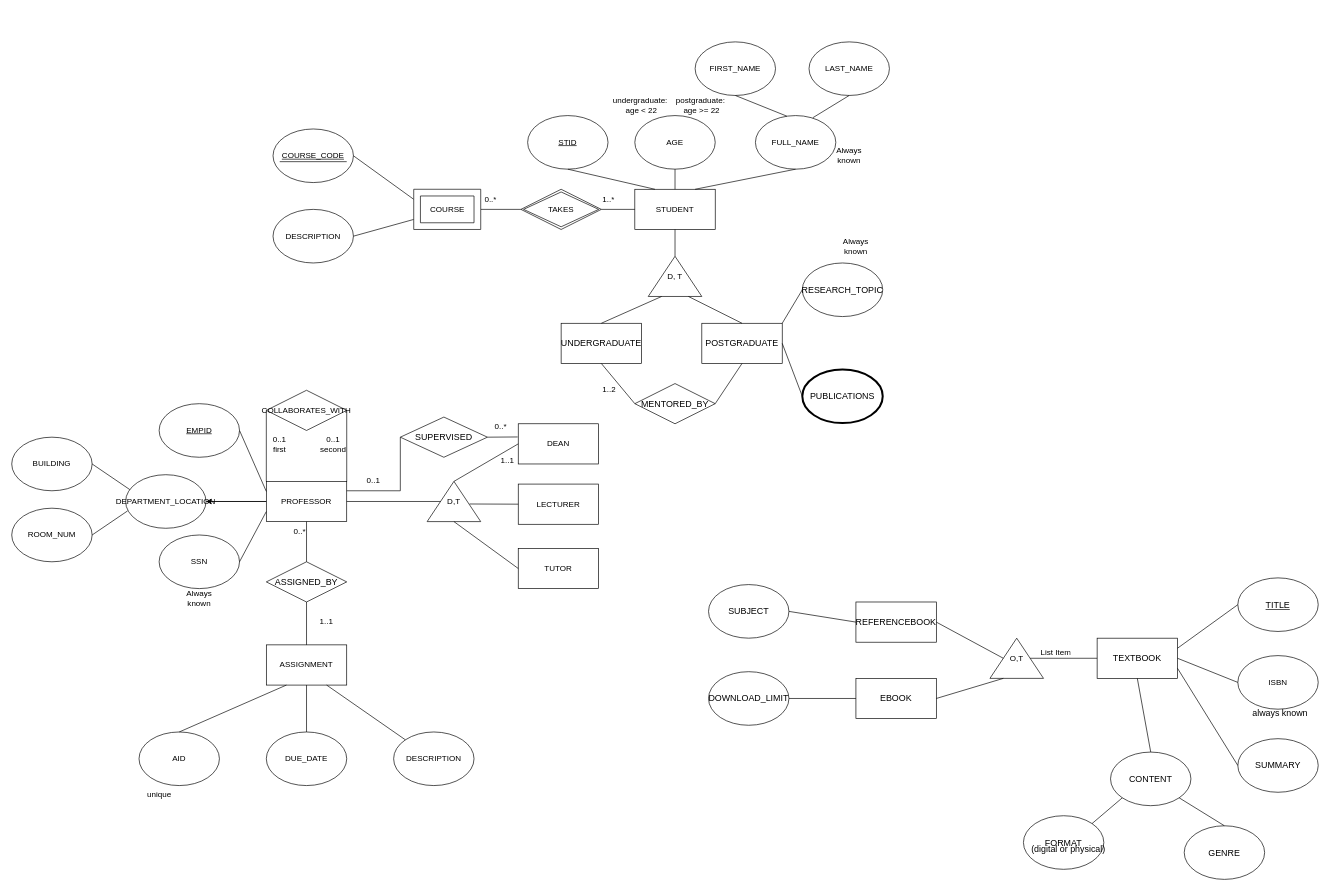
This is DM-HW1_Janis & Cuihuan.drawio from us-ja/Data_Management, a draw.io file, before an edit. Source tidied: cells renumbered, new cells numbered last; positions are measured from the earlier drawing's top-left corner, leaving out a move shared by most shapes. Both pictures are drawn from the tidied source at 67%, with x=0, y=0 at pixel (11, 42).
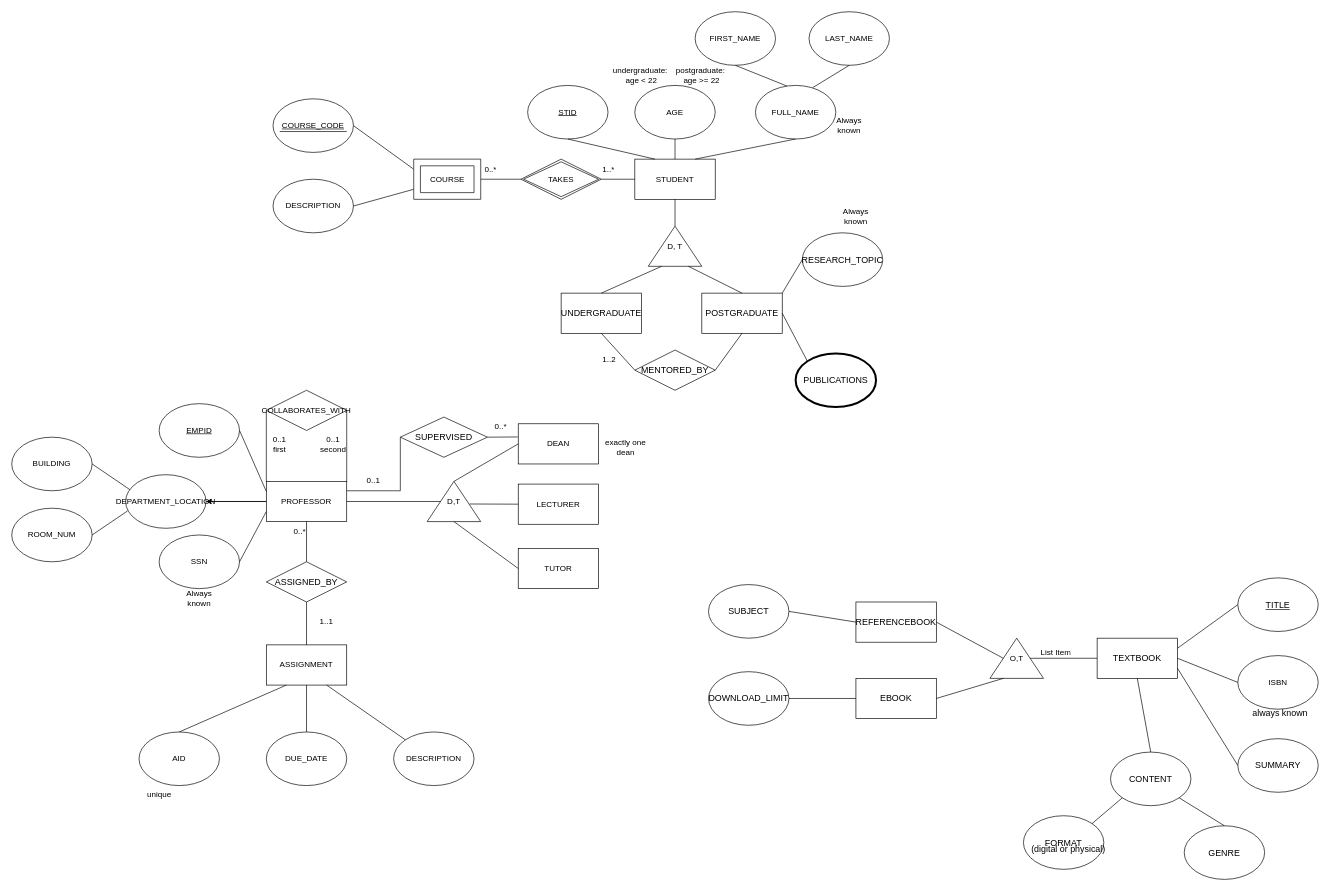
The same diagram, later.

Commit message:
shift in layout

Change to the diagram source:
```diff
@@
     <mxCell id="2" value="STUDENT" style="rounded=0;whiteSpace=wrap;html=1;" parent="1" vertex="1">
-      <mxGeometry x="930" y="220" width="120" height="60" as="geometry" />
+      <mxGeometry x="930" y="175" width="120" height="60" as="geometry" />
     </mxCell>
     <mxCell id="3" value="STID" style="ellipse;whiteSpace=wrap;html=1;fontStyle=4;" parent="1" vertex="1">
-      <mxGeometry x="770" y="110" width="120" height="80" as="geometry" />
+      <mxGeometry x="770" y="65" width="120" height="80" as="geometry" />
     </mxCell>
     <mxCell id="4" value="FULL_NAME" style="ellipse;whiteSpace=wrap;html=1;" parent="1" vertex="1">
-      <mxGeometry x="1110" y="110" width="120" height="80" as="geometry" />
+      <mxGeometry x="1110" y="65" width="120" height="80" as="geometry" />
     </mxCell>
     <mxCell id="5" value="AGE" style="ellipse;whiteSpace=wrap;html=1;labelBorderColor=none;" parent="1" vertex="1">
-      <mxGeometry x="930" y="110" width="120" height="80" as="geometry" />
+      <mxGeometry x="930" y="65" width="120" height="80" as="geometry" />
     </mxCell>
     <mxCell id="6" value="FIRST_NAME" style="ellipse;whiteSpace=wrap;html=1;" parent="1" vertex="1">
-      <mxGeometry x="1020" width="120" height="80" as="geometry" />
+      <mxGeometry x="1020" y="-45" width="120" height="80" as="geometry" />
     </mxCell>
     <mxCell id="7" value="LAST_NAME" style="ellipse;whiteSpace=wrap;html=1;" parent="1" vertex="1">
-      <mxGeometry x="1190" width="120" height="80" as="geometry" />
+      <mxGeometry x="1190" y="-45" width="120" height="80" as="geometry" />
     </mxCell>
@@
     <mxCell id="14" value="D, T" style="triangle;whiteSpace=wrap;html=1;direction=north;" parent="1" vertex="1">
-      <mxGeometry x="950" y="320" width="80" height="60" as="geometry" />
+      <mxGeometry x="950" y="275" width="80" height="60" as="geometry" />
     </mxCell>
     <mxCell id="15" value="&lt;div style=&quot;caret-color: rgb(0, 0, 0); color: rgb(0, 0, 0); font-style: normal; font-variant-caps: normal; font-weight: 400; letter-spacing: normal; orphans: auto; text-align: start; text-indent: 0px; text-transform: none; white-space: normal; widows: auto; word-spacing: 0px; -webkit-text-stroke-width: 0px; text-decoration: none;&quot;&gt;&lt;span style=&quot;font-size: 9.96264pt; font-family: LMRoman10-Regular; color: rgb(0, 0, 0);&quot;&gt;UNDERGRADUATE&lt;/span&gt;&lt;/div&gt;" style="rounded=0;whiteSpace=wrap;html=1;" parent="1" vertex="1">
-      <mxGeometry x="820" y="420" width="120" height="60" as="geometry" />
+      <mxGeometry x="820" y="375" width="120" height="60" as="geometry" />
     </mxCell>
     <mxCell id="16" value="&lt;div style=&quot;caret-color: rgb(0, 0, 0); color: rgb(0, 0, 0); font-style: normal; font-variant-caps: normal; font-weight: 400; letter-spacing: normal; orphans: auto; text-align: start; text-indent: 0px; text-transform: none; white-space: normal; widows: auto; word-spacing: 0px; -webkit-text-stroke-width: 0px; text-decoration: none;&quot;&gt;&lt;span style=&quot;font-size: 9.96264pt; font-family: LMRoman10-Regular; color: rgb(0, 0, 0);&quot;&gt;POSTGRADUATE&lt;/span&gt;&lt;/div&gt;" style="rounded=0;whiteSpace=wrap;html=1;" parent="1" vertex="1">
-      <mxGeometry x="1030" y="420" width="120" height="60" as="geometry" />
+      <mxGeometry x="1030" y="375" width="120" height="60" as="geometry" />
     </mxCell>
@@
     <mxCell id="19" value="&lt;div style=&quot;caret-color: rgb(0, 0, 0); color: rgb(0, 0, 0); font-style: normal; font-variant-caps: normal; font-weight: 400; letter-spacing: normal; orphans: auto; text-align: start; text-indent: 0px; text-transform: none; white-space: normal; widows: auto; word-spacing: 0px; -webkit-text-stroke-width: 0px; text-decoration: none;&quot;&gt;&lt;span style=&quot;font-size: 9.96264pt; font-family: LMRoman10-Regular; color: rgb(0, 0, 0);&quot;&gt;RESEARCH_TOPIC&lt;/span&gt;&lt;/div&gt;" style="ellipse;whiteSpace=wrap;html=1;" parent="1" vertex="1">
-      <mxGeometry x="1180" y="330" width="120" height="80" as="geometry" />
+      <mxGeometry x="1180" y="285" width="120" height="80" as="geometry" />
     </mxCell>
     <mxCell id="20" value="&lt;div style=&quot;caret-color: rgb(0, 0, 0); color: rgb(0, 0, 0); font-style: normal; font-variant-caps: normal; font-weight: 400; letter-spacing: normal; orphans: auto; text-align: start; text-indent: 0px; text-transform: none; white-space: normal; widows: auto; word-spacing: 0px; -webkit-text-stroke-width: 0px; text-decoration: none;&quot;&gt;&lt;span style=&quot;font-size: 9.96264pt; font-family: LMRoman10-Regular; color: rgb(0, 0, 0);&quot;&gt;PUBLICATIONS&lt;/span&gt;&lt;/div&gt;" style="ellipse;whiteSpace=wrap;html=1;strokeWidth=3;" parent="1" vertex="1">
-      <mxGeometry x="1180" y="489" width="120" height="80" as="geometry" />
+      <mxGeometry x="1170" y="465" width="120" height="80" as="geometry" />
     </mxCell>
-    <mxCell id="21" style="endArrow=none;html=1;rounded=0;exitX=1;exitY=0.5;exitDx=0;exitDy=0;entryX=0;entryY=0.5;entryDx=0;entryDy=0;" parent="1" edge="1" source="16" target="20">
+    <mxCell id="21" style="endArrow=none;html=1;rounded=0;exitX=1;exitY=0.5;exitDx=0;exitDy=0;entryX=0;entryY=0;entryDx=0;entryDy=0;" parent="1" edge="1" source="16" target="20">
       <mxGeometry relative="1" as="geometry" />
     </mxCell>
@@
     <mxCell id="23" value="&lt;div style=&quot;text-align: start;&quot;&gt;&lt;span style=&quot;font-size: 9.96264pt; font-family: LMRoman10-Regular;&quot;&gt;MENTORED_BY&lt;/span&gt;&lt;/div&gt;" style="shape=rhombus;perimeter=rhombusPerimeter;whiteSpace=wrap;html=1;align=center;" parent="1" vertex="1">
-      <mxGeometry x="930" y="510" width="120" height="60" as="geometry" />
+      <mxGeometry x="930" y="460" width="120" height="60" as="geometry" />
     </mxCell>
@@
-    <mxCell id="25" style="endArrow=none;html=1;rounded=0;exitX=1;exitY=0.5;exitDx=0;exitDy=0;entryX=0.5;entryY=1;entryDx=0;entryDy=0;" parent="1" edge="1" source="23" target="16">
+    <mxCell id="25" style="endArrow=none;html=1;rounded=0;entryX=0.5;entryY=1;entryDx=0;entryDy=0;exitX=1;exitY=0.5;exitDx=0;exitDy=0;" parent="1" edge="1" source="23" target="16">
       <mxGeometry relative="1" as="geometry" />
     </mxCell>
     <mxCell id="26" value="1..2" style="text;strokeColor=none;fillColor=none;align=left;verticalAlign=middle;spacingLeft=4;spacingRight=4;overflow=hidden;whiteSpace=wrap;html=1;" parent="1" vertex="1">
-      <mxGeometry x="876" y="504" width="80" height="30" as="geometry" />
+      <mxGeometry x="876" y="459" width="80" height="30" as="geometry" />
     </mxCell>
     <mxCell id="27" value="DESCRIPTION" style="ellipse;whiteSpace=wrap;html=1;" parent="1" vertex="1">
-      <mxGeometry x="390" y="250" width="120" height="80" as="geometry" />
+      <mxGeometry x="390" y="205" width="120" height="80" as="geometry" />
     </mxCell>
     <mxCell id="28" value="&lt;u&gt;COURSE_CODE&lt;/u&gt;" style="ellipse;whiteSpace=wrap;html=1;fontStyle=0;" parent="1" vertex="1">
-      <mxGeometry x="390" y="130" width="120" height="80" as="geometry" />
+      <mxGeometry x="390" y="85" width="120" height="80" as="geometry" />
     </mxCell>
@@
     <mxCell id="31" value="1..*" style="text;strokeColor=none;fillColor=none;align=left;verticalAlign=middle;spacingLeft=4;spacingRight=4;overflow=hidden;whiteSpace=wrap;html=1;" parent="1" vertex="1">
-      <mxGeometry x="876" y="220" width="80" height="30" as="geometry" />
+      <mxGeometry x="876" y="175" width="80" height="30" as="geometry" />
     </mxCell>
@@
     <mxCell id="33" style="endArrow=none;html=1;rounded=0;" parent="1" edge="1">
       <mxGeometry relative="1" as="geometry">
-        <mxPoint x="400" y="178.8" as="sourcePoint" />
-        <mxPoint x="500" y="178.8" as="targetPoint" />
+        <mxPoint x="400" y="133.8" as="sourcePoint" />
+        <mxPoint x="500" y="133.8" as="targetPoint" />
       </mxGeometry>
     </mxCell>
@@
-    <mxCell id="61" value="1..1" style="text;html=1;align=center;verticalAlign=middle;whiteSpace=wrap;rounded=0;" parent="1" vertex="1">
-      <mxGeometry x="710" y="610" width="60" height="30" as="geometry" />
-    </mxCell>
@@
     <mxCell id="74" value="Always known" style="text;html=1;align=center;verticalAlign=middle;whiteSpace=wrap;rounded=0;" parent="1" vertex="1">
-      <mxGeometry x="1220" y="155" width="60" height="30" as="geometry" />
+      <mxGeometry x="1220" y="110" width="60" height="30" as="geometry" />
     </mxCell>
@@
     <mxCell id="77" value="undergraduate:&amp;nbsp; age &amp;lt; 22" style="text;html=1;align=center;verticalAlign=middle;whiteSpace=wrap;rounded=0;" parent="1" vertex="1">
-      <mxGeometry x="910" y="80" width="60" height="30" as="geometry" />
+      <mxGeometry x="910" y="35" width="60" height="30" as="geometry" />
     </mxCell>
     <mxCell id="78" value="postgraduate:&amp;nbsp; age &amp;gt;= 22" style="text;html=1;align=center;verticalAlign=middle;whiteSpace=wrap;rounded=0;" parent="1" vertex="1">
-      <mxGeometry x="1000" y="80" width="60" height="30" as="geometry" />
+      <mxGeometry x="1000" y="35" width="60" height="30" as="geometry" />
     </mxCell>
     <mxCell id="79" value="Always known" style="text;html=1;align=center;verticalAlign=middle;whiteSpace=wrap;rounded=0;" parent="1" vertex="1">
-      <mxGeometry x="1230" y="290" width="60" height="30" as="geometry" />
+      <mxGeometry x="1230" y="245" width="60" height="30" as="geometry" />
     </mxCell>
@@
     <mxCell id="82" style="verticalLabelPosition=bottom;verticalAlign=top;html=1;shape=mxgraph.basic.frame;dx=10;whiteSpace=wrap;" parent="1" vertex="1">
-      <mxGeometry x="600" y="220" width="100" height="60" as="geometry" />
+      <mxGeometry x="600" y="175" width="100" height="60" as="geometry" />
     </mxCell>
     <mxCell id="83" value="TAKES" style="shape=rhombus;double=1;perimeter=rhombusPerimeter;whiteSpace=wrap;html=1;align=center;" parent="1" vertex="1">
-      <mxGeometry x="760" y="220" width="120" height="60" as="geometry" />
+      <mxGeometry x="760" y="175" width="120" height="60" as="geometry" />
     </mxCell>
     <mxCell id="84" value="COURSE" style="text;html=1;align=center;verticalAlign=middle;strokeColor=none;fillColor=none;" parent="1" vertex="1">
-      <mxGeometry x="615" y="235" width="70" height="30" as="geometry" />
+      <mxGeometry x="615" y="190" width="70" height="30" as="geometry" />
     </mxCell>
     <mxCell id="85" value="0..*" style="text;strokeColor=none;fillColor=none;align=left;verticalAlign=middle;spacingLeft=4;spacingRight=4;overflow=hidden;whiteSpace=wrap;html=1;" parent="1" vertex="1">
-      <mxGeometry x="700" y="220" width="80" height="30" as="geometry" />
+      <mxGeometry x="700" y="175" width="80" height="30" as="geometry" />
     </mxCell>
@@
+    <mxCell id="115" value="exactly one&lt;br&gt;dean" style="text;html=1;align=center;verticalAlign=middle;strokeColor=none;fillColor=none;" parent="1" vertex="1">
+      <mxGeometry x="876" y="585" width="80" height="40" as="geometry" />
+    </mxCell>
```
